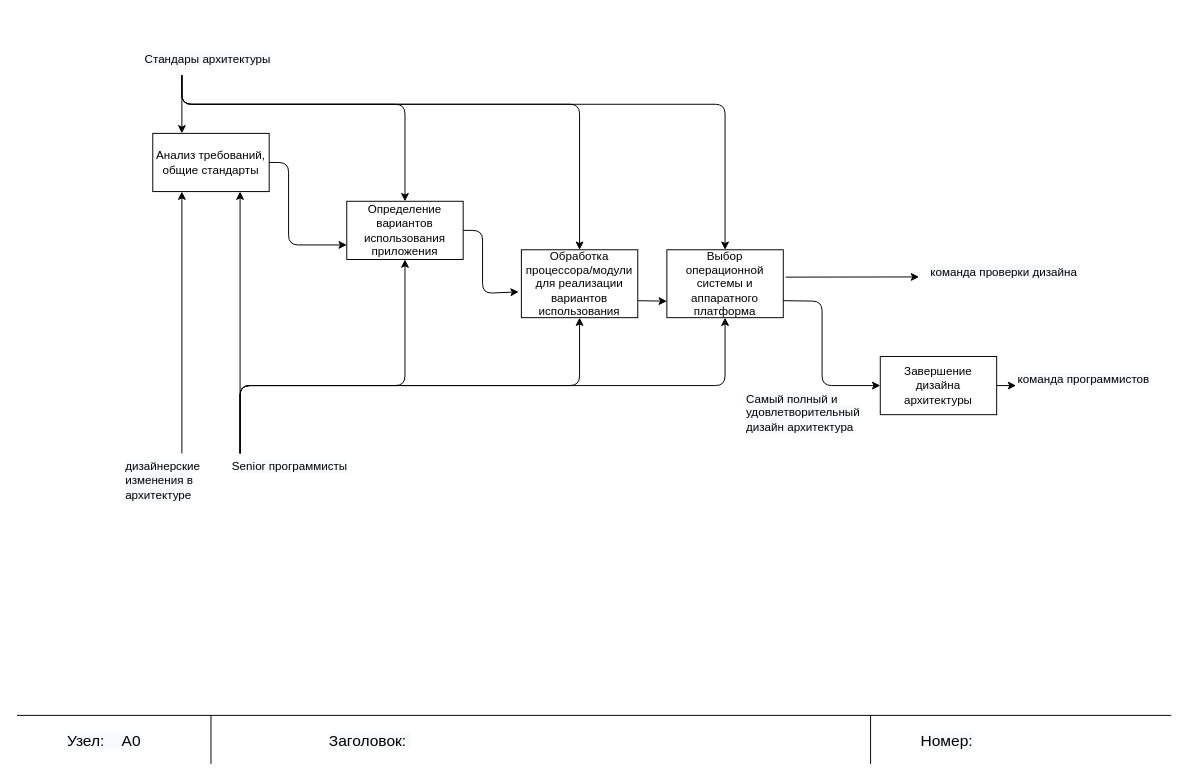
Before: page "A3" (5 of 8) of Biểu đồ không có tiêu đề.drawio in quyettranvu/Lab1_IDEF, a draw.io diagram. Source tidied: cells renumbered, new cells numbered last; positions are measured from the earlier drawing's top-left corner, leaving out a move shared by most shapes. Both pictures are drawn from the tidied source at 97%, with x=0, y=0 at pixel (16, 46).
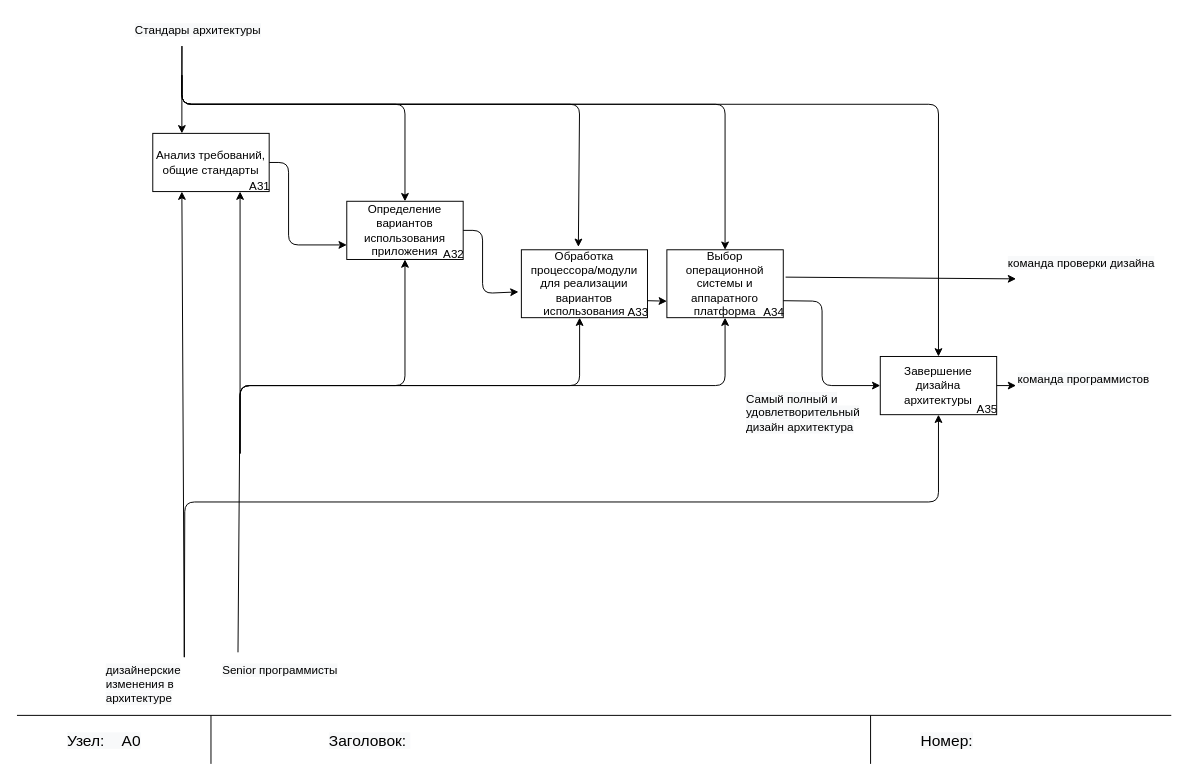
The same page after the edit.

Unchanged cells that the change refers to:
```xml
<mxCell id="2" value="Анализ требований, общие стандарты" style="rounded=0;whiteSpace=wrap;html=1;fontSize=12;" parent="1" vertex="1">
  <mxGeometry x="140" y="90" width="120" height="60" as="geometry" />
</mxCell>
<mxCell id="5" value="Выбор операционной системы и аппаратного платформа" style="rounded=0;whiteSpace=wrap;html=1;fontSize=12;" parent="1" vertex="1">
  <mxGeometry x="670" y="210" width="120" height="70" as="geometry" />
</mxCell>
<mxCell id="6" value="Завершение дизайна архитектуры" style="rounded=0;whiteSpace=wrap;html=1;fontSize=12;" parent="1" vertex="1">
  <mxGeometry x="890" y="320" width="120" height="60" as="geometry" />
</mxCell>
```

What changed in the source:
```diff
@@
     <mxCell id="4" value="Обработка процессора/модули для реализации вариантов использования" style="rounded=0;whiteSpace=wrap;html=1;fontSize=12;" parent="1" vertex="1">
-      <mxGeometry x="520" y="210" width="120" height="70" as="geometry" />
+      <mxGeometry x="520" y="210" width="130" height="70" as="geometry" />
     </mxCell>
@@
-    <mxCell id="13" style="endArrow=classic;html=1;rounded=1;fontSize=12;entryX=0.5;entryY=0;entryDx=0;entryDy=0;" parent="1" edge="1" target="4">
+    <mxCell id="13" style="endArrow=classic;html=1;rounded=1;fontSize=12;entryX=0.452;entryY=-0.043;entryDx=0;entryDy=0;entryPerimeter=0;" parent="1" edge="1" target="4">
       <mxGeometry relative="1" as="geometry">
         <mxPoint x="170" y="30" as="sourcePoint" />
         <Array as="points">
           <mxPoint x="170" y="60" />
           <mxPoint x="580" y="60" />
         </Array>
       </mxGeometry>
     </mxCell>
-    <mxCell id="14" style="endArrow=classic;html=1;rounded=1;fontSize=12;entryX=0.5;entryY=0;entryDx=0;entryDy=0;" parent="1" edge="1" target="5">
+    <mxCell id="14" style="endArrow=classic;html=1;rounded=1;fontSize=12;entryX=0.5;entryY=0;entryDx=0;entryDy=0;exitX=0.313;exitY=0.75;exitDx=0;exitDy=0;exitPerimeter=0;" parent="1" edge="1" source="15" target="5">
       <mxGeometry relative="1" as="geometry">
-        <mxPoint x="170" y="30" as="sourcePoint" />
         <Array as="points">
           <mxPoint x="170" y="60" />
           <mxPoint x="730" y="60" />
         </Array>
       </mxGeometry>
     </mxCell>
     <mxCell id="15" value="&lt;span style=&quot;color: rgb(0, 0, 0); font-family: Helvetica; font-size: 12px; font-style: normal; font-variant-ligatures: normal; font-variant-caps: normal; font-weight: 400; letter-spacing: normal; orphans: 2; text-align: center; text-indent: 0px; text-transform: none; widows: 2; word-spacing: 0px; -webkit-text-stroke-width: 0px; background-color: rgb(248, 249, 250); text-decoration-thickness: initial; text-decoration-style: initial; text-decoration-color: initial; float: none; display: inline !important;&quot;&gt;Стандары архитектуры&lt;/span&gt;" style="text;whiteSpace=wrap;html=1;fontSize=12;" parent="1" vertex="1">
-      <mxGeometry x="130" width="160" height="40" as="geometry" />
+      <mxGeometry x="120" y="-30" width="160" height="40" as="geometry" />
     </mxCell>
-    <mxCell id="16" style="endArrow=classic;html=1;rounded=1;fontSize=12;entryX=0.25;entryY=1;entryDx=0;entryDy=0;" parent="1" edge="1" target="2">
-      <mxGeometry relative="1" as="geometry">
-        <mxPoint x="170" y="420" as="sourcePoint" />
-      </mxGeometry>
+    <mxCell id="16" style="endArrow=classic;html=1;rounded=1;fontSize=12;entryX=0.25;entryY=1;entryDx=0;entryDy=0;exitX=0.75;exitY=0;exitDx=0;exitDy=0;" parent="1" edge="1" source="22" target="2">
+      <mxGeometry relative="1" as="geometry" />
     </mxCell>
@@
-    <mxCell id="19" style="endArrow=classic;html=1;rounded=1;fontSize=12;entryX=0.5;entryY=1;entryDx=0;entryDy=0;" parent="1" edge="1" target="4">
+    <mxCell id="19" style="endArrow=classic;html=1;rounded=1;fontSize=12;entryX=0.462;entryY=1;entryDx=0;entryDy=0;entryPerimeter=0;" parent="1" edge="1" target="4">
       <mxGeometry relative="1" as="geometry">
         <mxPoint x="230" y="420" as="sourcePoint" />
         <Array as="points">
           <mxPoint x="230" y="350" />
           <mxPoint x="580" y="350" />
         </Array>
       </mxGeometry>
     </mxCell>
-    <mxCell id="20" style="endArrow=classic;html=1;rounded=1;fontSize=12;entryX=0.5;entryY=1;entryDx=0;entryDy=0;" parent="1" edge="1" target="5">
+    <mxCell id="20" style="endArrow=classic;html=1;rounded=1;fontSize=12;entryX=0.5;entryY=1;entryDx=0;entryDy=0;exitX=0.119;exitY=-0.125;exitDx=0;exitDy=0;exitPerimeter=0;" parent="1" edge="1" source="21" target="5">
       <mxGeometry relative="1" as="geometry">
-        <mxPoint x="230" y="420" as="sourcePoint" />
         <Array as="points">
           <mxPoint x="230" y="350" />
           <mxPoint x="730" y="350" />
         </Array>
       </mxGeometry>
     </mxCell>
     <mxCell id="21" value="&lt;span style=&quot;color: rgb(0, 0, 0); font-family: Helvetica; font-size: 12px; font-style: normal; font-variant-ligatures: normal; font-variant-caps: normal; font-weight: 400; letter-spacing: normal; orphans: 2; text-align: center; text-indent: 0px; text-transform: none; widows: 2; word-spacing: 0px; -webkit-text-stroke-width: 0px; background-color: rgb(248, 249, 250); text-decoration-thickness: initial; text-decoration-style: initial; text-decoration-color: initial; float: none; display: inline !important;&quot;&gt;Senior программисты&lt;/span&gt;" style="text;whiteSpace=wrap;html=1;fontSize=12;" parent="1" vertex="1">
-      <mxGeometry x="220" y="420" width="150" height="40" as="geometry" />
+      <mxGeometry x="210" y="630" width="150" height="40" as="geometry" />
     </mxCell>
     <mxCell id="22" value="&lt;span style=&quot;color: rgb(0, 0, 0); font-family: Helvetica; font-style: normal; font-variant-ligatures: normal; font-variant-caps: normal; font-weight: 400; letter-spacing: normal; orphans: 2; text-align: center; text-indent: 0px; text-transform: none; widows: 2; word-spacing: 0px; -webkit-text-stroke-width: 0px; background-color: rgb(248, 249, 250); text-decoration-thickness: initial; text-decoration-style: initial; text-decoration-color: initial; float: none; display: inline !important;&quot;&gt;&lt;font style=&quot;font-size: 12px;&quot;&gt;дизайнерские изменения в архитектуре&lt;/font&gt;&lt;/span&gt;" style="text;whiteSpace=wrap;html=1;fontSize=12;" parent="1" vertex="1">
-      <mxGeometry x="110" y="420" width="110" height="40" as="geometry" />
+      <mxGeometry x="90" y="630" width="110" height="40" as="geometry" />
     </mxCell>
     <mxCell id="23" style="endArrow=classic;html=1;rounded=1;fontSize=12;exitX=1.02;exitY=0.403;exitDx=0;exitDy=0;exitPerimeter=0;" parent="1" edge="1" source="5">
       <mxGeometry relative="1" as="geometry">
-        <mxPoint x="930" y="238" as="targetPoint" />
+        <mxPoint x="1030" y="240" as="targetPoint" />
       </mxGeometry>
     </mxCell>
     <mxCell id="24" value="&lt;span style=&quot;color: rgb(0, 0, 0); font-family: Helvetica; font-size: 12px; font-style: normal; font-variant-ligatures: normal; font-variant-caps: normal; font-weight: 400; letter-spacing: normal; orphans: 2; text-align: left; text-indent: 0px; text-transform: none; widows: 2; word-spacing: 0px; -webkit-text-stroke-width: 0px; background-color: rgb(248, 249, 250); text-decoration-thickness: initial; text-decoration-style: initial; text-decoration-color: initial; float: none; display: inline !important;&quot;&gt;команда проверки дизайна&lt;/span&gt;" style="text;whiteSpace=wrap;html=1;fontSize=12;" parent="1" vertex="1">
-      <mxGeometry x="940" y="220" width="180" height="40" as="geometry" />
+      <mxGeometry x="1020" y="210" width="180" height="40" as="geometry" />
     </mxCell>
@@
+    <mxCell id="34" value="A31" style="text;html=1;align=center;verticalAlign=middle;fillColor=none;strokeColor=none;rounded=0;" parent="1" vertex="1">
+      <mxGeometry x="230" y="130" width="40" height="30" as="geometry" />
+    </mxCell>
+    <mxCell id="35" value="A32" style="text;html=1;align=center;verticalAlign=middle;fillColor=none;strokeColor=none;rounded=0;" parent="1" vertex="1">
+      <mxGeometry x="430" y="200" width="40" height="30" as="geometry" />
+    </mxCell>
+    <mxCell id="36" value="A33" style="text;html=1;align=center;verticalAlign=middle;fillColor=none;strokeColor=none;rounded=0;" parent="1" vertex="1">
+      <mxGeometry x="620" y="260" width="40" height="30" as="geometry" />
+    </mxCell>
+    <mxCell id="37" value="A34" style="text;html=1;align=center;verticalAlign=middle;fillColor=none;strokeColor=none;rounded=0;" parent="1" vertex="1">
+      <mxGeometry x="760" y="260" width="40" height="30" as="geometry" />
+    </mxCell>
+    <mxCell id="38" value="A35" style="text;html=1;align=center;verticalAlign=middle;fillColor=none;strokeColor=none;rounded=0;" parent="1" vertex="1">
+      <mxGeometry x="980" y="360" width="40" height="30" as="geometry" />
+    </mxCell>
+    <mxCell id="39" style="endArrow=classic;html=1;rounded=1;exitX=0.313;exitY=0.75;exitDx=0;exitDy=0;exitPerimeter=0;entryX=0.5;entryY=0;entryDx=0;entryDy=0;" parent="1" edge="1" source="15" target="6">
+      <mxGeometry relative="1" as="geometry">
+        <Array as="points">
+          <mxPoint x="170" y="60" />
+          <mxPoint x="950" y="60" />
+        </Array>
+      </mxGeometry>
+    </mxCell>
+    <mxCell id="40" style="endArrow=classic;html=1;rounded=1;exitX=0.75;exitY=0;exitDx=0;exitDy=0;entryX=0.5;entryY=1;entryDx=0;entryDy=0;" parent="1" edge="1" source="22" target="6">
+      <mxGeometry relative="1" as="geometry">
+        <Array as="points">
+          <mxPoint x="173" y="470" />
+          <mxPoint x="950" y="470" />
+        </Array>
+      </mxGeometry>
+    </mxCell>
```
